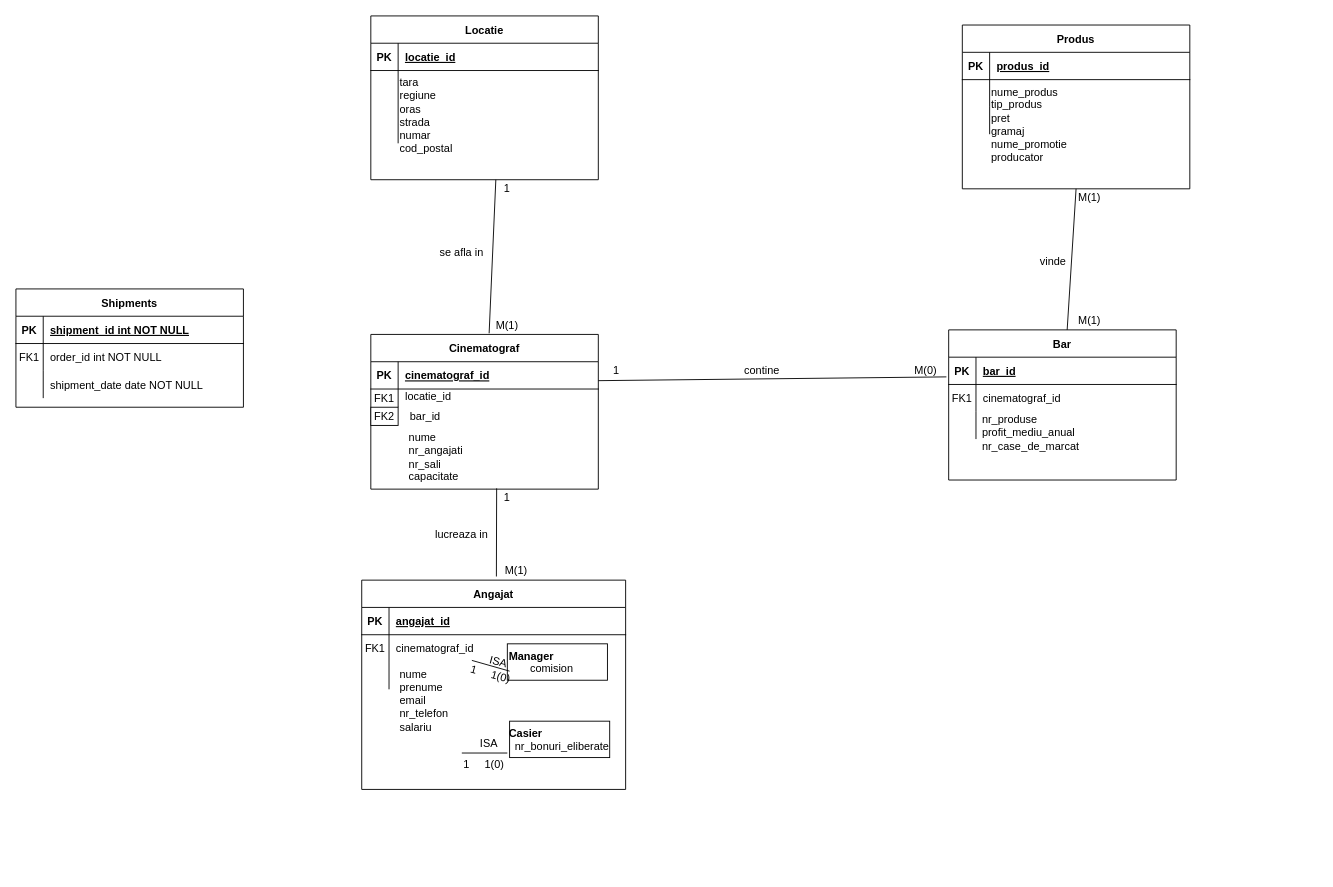
Earlier version of the draw.io diagram Databases/Project/BucharestCinemas.drawio (Swizop/uni-work). Source tidied: cells renumbered, new cells numbered last; positions are measured from the earlier drawing's top-left corner, leaving out a move shared by most shapes. Both pictures are drawn from the tidied source at 91%, with x=0, y=0 at pixel (15, 15).
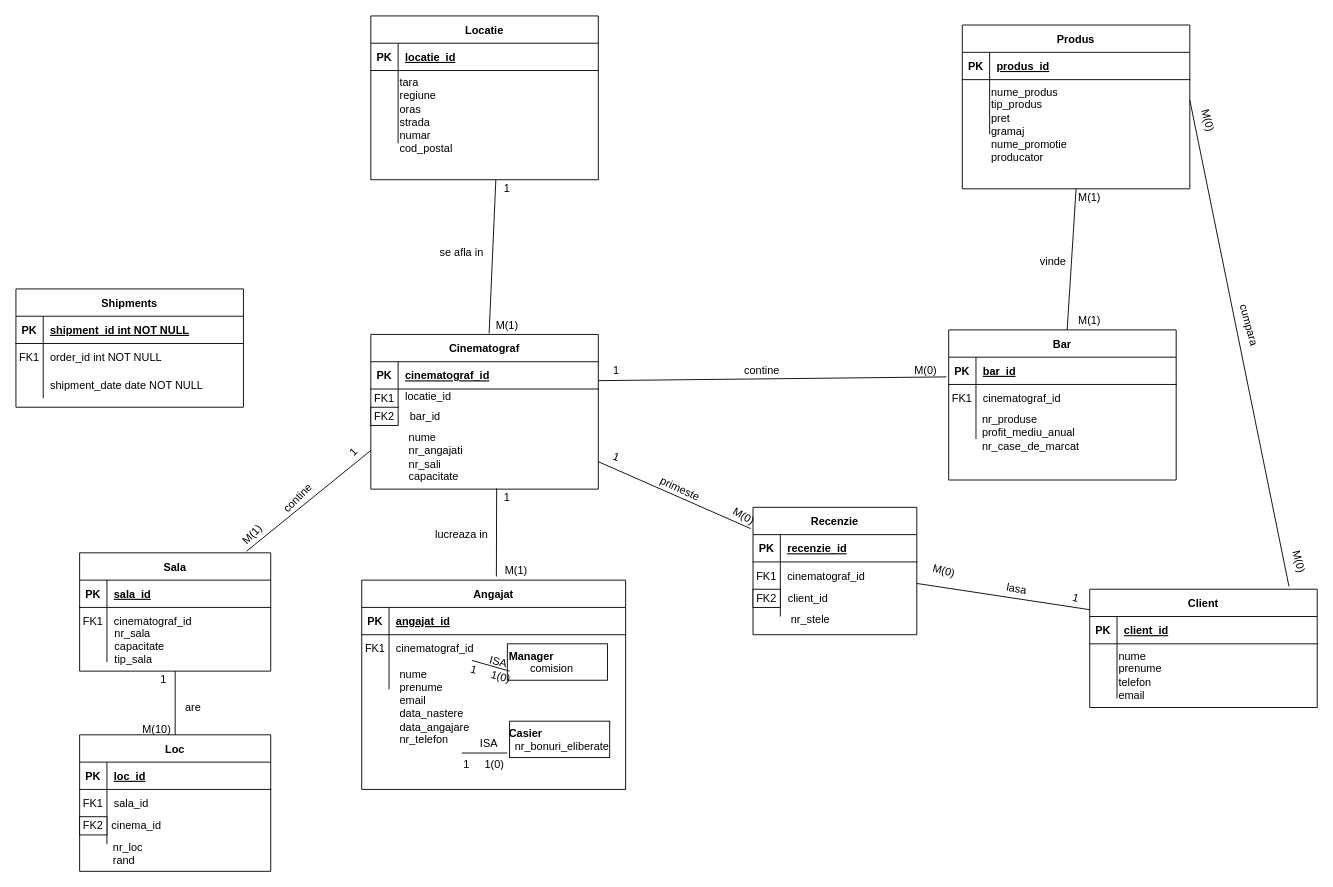
The same diagram, later.

The change refers to these unchanged cells:
```xml
<mxCell id="22" value="Cinematograf" style="shape=table;startSize=30;childLayout=tableLayout;rowLines=0;fontStyle=1;align=center;" parent="1" vertex="1">
  <mxGeometry x="390" y="350" width="250" height="170" as="geometry" />
</mxCell>
<mxCell id="63" value="nume_produs&lt;br&gt;tip_produs&lt;br&gt;pret&lt;br&gt;gramaj&lt;br&gt;nume_promotie&lt;br&gt;producator" style="text;html=1;strokeColor=none;fillColor=none;align=left;verticalAlign=top;whiteSpace=wrap;rounded=0;" parent="1" vertex="1">
  <mxGeometry x="1070" y="70" width="220" height="90" as="geometry" />
</mxCell>
```

Change to the diagram source:
```diff
@@
-    <mxCell id="78" value="nume&lt;br&gt;prenume&lt;br&gt;email&lt;br&gt;nr_telefon&lt;br&gt;salariu" style="text;html=1;strokeColor=none;fillColor=none;align=left;verticalAlign=top;whiteSpace=wrap;rounded=0;" parent="1" vertex="1">
-      <mxGeometry x="420" y="710" width="70" height="80" as="geometry" />
+    <mxCell id="78" value="nume&lt;br&gt;prenume&lt;br&gt;email&lt;br&gt;data_nastere&lt;br&gt;data_angajare&lt;br&gt;nr_telefon" style="text;html=1;strokeColor=none;fillColor=none;align=left;verticalAlign=top;whiteSpace=wrap;rounded=0;" parent="1" vertex="1">
+      <mxGeometry x="420" y="710" width="70" height="100" as="geometry" />
     </mxCell>
@@
+    <mxCell id="93" value="Client" style="shape=table;startSize=30;childLayout=tableLayout;rowLines=0;fontStyle=1;align=center;" parent="1" vertex="1">
+      <mxGeometry x="1180" y="630" width="250" height="130" as="geometry" />
+    </mxCell>
+    <mxCell id="94" style="shape=partialRectangle;fillColor=none;top=0;left=0;right=0;bottom=1;" parent="93" vertex="1">
+      <mxGeometry y="30" width="250" height="30" as="geometry" />
+    </mxCell>
+    <mxCell id="95" value="PK" style="shape=partialRectangle;overflow=hidden;fillColor=none;top=0;left=0;bottom=0;right=0;fontStyle=1;" parent="94" vertex="1">
+      <mxGeometry width="30" height="30" as="geometry" />
+    </mxCell>
+    <mxCell id="96" value="client_id" style="shape=partialRectangle;overflow=hidden;fillColor=none;top=0;left=0;bottom=0;right=0;align=left;spacingLeft=6;fontStyle=5;" parent="94" vertex="1">
+      <mxGeometry x="30" width="220" height="30" as="geometry" />
+    </mxCell>
+    <mxCell id="97" style="shape=partialRectangle;fillColor=none;top=0;left=0;right=0;bottom=0;" parent="93" vertex="1">
+      <mxGeometry y="60" width="250" height="30" as="geometry" />
+    </mxCell>
+    <mxCell id="98" style="shape=partialRectangle;overflow=hidden;fillColor=none;top=0;left=0;bottom=0;right=0;" parent="97" vertex="1">
+      <mxGeometry width="30" height="30" as="geometry" />
+    </mxCell>
+    <mxCell id="99" style="shape=partialRectangle;overflow=hidden;fillColor=none;top=0;left=0;bottom=0;right=0;align=left;spacingLeft=6;" parent="97" vertex="1">
+      <mxGeometry x="30" width="220" height="30" as="geometry" />
+    </mxCell>
+    <mxCell id="100" style="shape=partialRectangle;fillColor=none;top=0;left=0;right=0;bottom=0;" parent="93" vertex="1">
+      <mxGeometry y="90" width="250" height="30" as="geometry" />
+    </mxCell>
+    <mxCell id="101" style="shape=partialRectangle;overflow=hidden;fillColor=none;top=0;left=0;bottom=0;right=0;" parent="100" vertex="1">
+      <mxGeometry width="30" height="30" as="geometry" />
+    </mxCell>
+    <mxCell id="102" style="shape=partialRectangle;overflow=hidden;fillColor=none;top=0;left=0;bottom=0;right=0;align=left;spacingLeft=6;" parent="100" vertex="1">
+      <mxGeometry x="30" width="220" height="30" as="geometry" />
+    </mxCell>
+    <mxCell id="103" value="nume&lt;br&gt;prenume&lt;br&gt;telefon&lt;br&gt;email" style="text;html=1;strokeColor=none;fillColor=none;align=left;verticalAlign=top;whiteSpace=wrap;rounded=0;" parent="1" vertex="1">
+      <mxGeometry x="1210" y="690" width="220" height="70" as="geometry" />
+    </mxCell>
+    <mxCell id="104" style="endArrow=none;html=1;entryX=1;entryY=0.25;entryDx=0;entryDy=0;exitX=0.876;exitY=-0.023;exitDx=0;exitDy=0;exitPerimeter=0;" parent="1" edge="1" source="93" target="63">
+      <mxGeometry relative="1" as="geometry" />
+    </mxCell>
+    <mxCell id="105" value="cumpara" style="text;html=1;strokeColor=none;fillColor=none;align=center;verticalAlign=middle;whiteSpace=wrap;rounded=0;rotation=75;" parent="1" vertex="1">
+      <mxGeometry x="1320" y="330" width="70" height="20" as="geometry" />
+    </mxCell>
+    <mxCell id="106" value="M(0)" style="text;html=1;strokeColor=none;fillColor=none;align=center;verticalAlign=middle;whiteSpace=wrap;rounded=0;rotation=75;" parent="1" vertex="1">
+      <mxGeometry x="1290" y="105" width="40" height="20" as="geometry" />
+    </mxCell>
+    <mxCell id="107" value="M(0)" style="text;html=1;strokeColor=none;fillColor=none;align=center;verticalAlign=middle;whiteSpace=wrap;rounded=0;rotation=75;" parent="1" vertex="1">
+      <mxGeometry x="1390" y="590" width="40" height="20" as="geometry" />
+    </mxCell>
+    <mxCell id="108" value="Recenzie" style="shape=table;startSize=30;childLayout=tableLayout;rowLines=0;fontStyle=1;align=center;" parent="1" vertex="1">
+      <mxGeometry x="810" y="540" width="180" height="140" as="geometry" />
+    </mxCell>
+    <mxCell id="109" style="shape=partialRectangle;fillColor=none;top=0;left=0;right=0;bottom=1;" parent="108" vertex="1">
+      <mxGeometry y="30" width="180" height="30" as="geometry" />
+    </mxCell>
+    <mxCell id="110" value="PK" style="shape=partialRectangle;overflow=hidden;fillColor=none;top=0;left=0;bottom=0;right=0;fontStyle=1;" parent="109" vertex="1">
+      <mxGeometry width="30" height="30" as="geometry" />
+    </mxCell>
+    <mxCell id="111" value="recenzie_id" style="shape=partialRectangle;overflow=hidden;fillColor=none;top=0;left=0;bottom=0;right=0;align=left;spacingLeft=6;fontStyle=5;" parent="109" vertex="1">
+      <mxGeometry x="30" width="150" height="30" as="geometry" />
+    </mxCell>
+    <mxCell id="112" style="shape=partialRectangle;fillColor=none;top=0;left=0;right=0;bottom=0;" parent="108" vertex="1">
+      <mxGeometry y="60" width="180" height="30" as="geometry" />
+    </mxCell>
+    <mxCell id="113" value="FK1" style="shape=partialRectangle;overflow=hidden;fillColor=none;top=0;left=0;bottom=0;right=0;" parent="112" vertex="1">
+      <mxGeometry width="30" height="30" as="geometry" />
+    </mxCell>
+    <mxCell id="114" value="cinematograf_id" style="shape=partialRectangle;overflow=hidden;fillColor=none;top=0;left=0;bottom=0;right=0;align=left;spacingLeft=6;" parent="112" vertex="1">
+      <mxGeometry x="30" width="150" height="30" as="geometry" />
+    </mxCell>
+    <mxCell id="115" style="shape=partialRectangle;fillColor=none;top=0;left=0;right=0;bottom=0;" parent="108" vertex="1">
+      <mxGeometry y="90" width="180" height="30" as="geometry" />
+    </mxCell>
+    <mxCell id="116" style="shape=partialRectangle;overflow=hidden;fillColor=none;top=0;left=0;bottom=0;right=0;" parent="115" vertex="1">
+      <mxGeometry width="30" height="30" as="geometry" />
+    </mxCell>
+    <mxCell id="117" style="shape=partialRectangle;overflow=hidden;fillColor=none;top=0;left=0;bottom=0;right=0;align=left;spacingLeft=6;" parent="115" vertex="1">
+      <mxGeometry x="30" width="150" height="30" as="geometry" />
+    </mxCell>
+    <mxCell id="118" value="FK2" style="rounded=0;whiteSpace=wrap;html=1;" parent="1" vertex="1">
+      <mxGeometry x="810" y="630" width="30" height="20" as="geometry" />
+    </mxCell>
+    <mxCell id="119" value="&amp;nbsp; client_id" style="text;html=1;strokeColor=none;fillColor=none;align=left;verticalAlign=middle;whiteSpace=wrap;rounded=0;" parent="1" vertex="1">
+      <mxGeometry x="840" y="630" width="120" height="20" as="geometry" />
+    </mxCell>
+    <mxCell id="120" value="&amp;nbsp; &amp;nbsp;nr_stele" style="text;html=1;strokeColor=none;fillColor=none;align=left;verticalAlign=top;whiteSpace=wrap;rounded=0;" parent="1" vertex="1">
+      <mxGeometry x="840" y="650" width="150" height="40" as="geometry" />
+    </mxCell>
+    <mxCell id="121" style="endArrow=none;html=1;entryX=0;entryY=0.173;entryDx=0;entryDy=0;entryPerimeter=0;" parent="1" edge="1" source="108" target="93">
+      <mxGeometry relative="1" as="geometry" />
+    </mxCell>
+    <mxCell id="122" value="lasa" style="text;html=1;strokeColor=none;fillColor=none;align=center;verticalAlign=middle;whiteSpace=wrap;rounded=0;rotation=10;" parent="1" vertex="1">
+      <mxGeometry x="1080" y="620" width="40" height="20" as="geometry" />
+    </mxCell>
+    <mxCell id="123" value="M(0)" style="text;html=1;strokeColor=none;fillColor=none;align=center;verticalAlign=middle;whiteSpace=wrap;rounded=0;rotation=15;" parent="1" vertex="1">
+      <mxGeometry x="1000" y="600" width="40" height="20" as="geometry" />
+    </mxCell>
+    <mxCell id="124" value="1" style="text;html=1;strokeColor=none;fillColor=none;align=center;verticalAlign=middle;whiteSpace=wrap;rounded=0;rotation=15;" parent="1" vertex="1">
+      <mxGeometry x="1155" y="630" width="20" height="20" as="geometry" />
+    </mxCell>
+    <mxCell id="125" style="endArrow=none;html=1;exitX=-0.014;exitY=0.167;exitDx=0;exitDy=0;exitPerimeter=0;" parent="1" edge="1" source="108" target="22">
+      <mxGeometry relative="1" as="geometry" />
+    </mxCell>
+    <mxCell id="126" value="primeste" style="text;html=1;strokeColor=none;fillColor=none;align=center;verticalAlign=middle;whiteSpace=wrap;rounded=0;rotation=25;" parent="1" vertex="1">
+      <mxGeometry x="710" y="510" width="40" height="20" as="geometry" />
+    </mxCell>
+    <mxCell id="127" value="M(0)" style="text;html=1;strokeColor=none;fillColor=none;align=center;verticalAlign=middle;whiteSpace=wrap;rounded=0;rotation=30;" parent="1" vertex="1">
+      <mxGeometry x="780" y="540" width="40" height="20" as="geometry" />
+    </mxCell>
+    <mxCell id="128" value="1" style="text;html=1;strokeColor=none;fillColor=none;align=center;verticalAlign=middle;whiteSpace=wrap;rounded=0;rotation=20;" parent="1" vertex="1">
+      <mxGeometry x="640" y="475" width="40" height="20" as="geometry" />
+    </mxCell>
+    <mxCell id="129" value="Sala" style="shape=table;startSize=30;childLayout=tableLayout;rowLines=0;fontStyle=1;align=center;" parent="1" vertex="1">
+      <mxGeometry x="70" y="590" width="210" height="130" as="geometry" />
+    </mxCell>
+    <mxCell id="130" style="shape=partialRectangle;fillColor=none;top=0;left=0;right=0;bottom=1;" parent="129" vertex="1">
+      <mxGeometry y="30" width="210" height="30" as="geometry" />
+    </mxCell>
+    <mxCell id="131" value="PK" style="shape=partialRectangle;overflow=hidden;fillColor=none;top=0;left=0;bottom=0;right=0;fontStyle=1;" parent="130" vertex="1">
+      <mxGeometry width="30" height="30" as="geometry" />
+    </mxCell>
+    <mxCell id="132" value="sala_id" style="shape=partialRectangle;overflow=hidden;fillColor=none;top=0;left=0;bottom=0;right=0;align=left;spacingLeft=6;fontStyle=5;" parent="130" vertex="1">
+      <mxGeometry x="30" width="180" height="30" as="geometry" />
+    </mxCell>
+    <mxCell id="133" style="shape=partialRectangle;fillColor=none;top=0;left=0;right=0;bottom=0;" parent="129" vertex="1">
+      <mxGeometry y="60" width="210" height="30" as="geometry" />
+    </mxCell>
+    <mxCell id="134" value="FK1" style="shape=partialRectangle;overflow=hidden;fillColor=none;top=0;left=0;bottom=0;right=0;" parent="133" vertex="1">
+      <mxGeometry width="30" height="30" as="geometry" />
+    </mxCell>
+    <mxCell id="135" value="cinematograf_id" style="shape=partialRectangle;overflow=hidden;fillColor=none;top=0;left=0;bottom=0;right=0;align=left;spacingLeft=6;" parent="133" vertex="1">
+      <mxGeometry x="30" width="180" height="30" as="geometry" />
+    </mxCell>
+    <mxCell id="136" style="shape=partialRectangle;fillColor=none;top=0;left=0;right=0;bottom=0;" parent="129" vertex="1">
+      <mxGeometry y="90" width="210" height="30" as="geometry" />
+    </mxCell>
+    <mxCell id="137" style="shape=partialRectangle;overflow=hidden;fillColor=none;top=0;left=0;bottom=0;right=0;" parent="136" vertex="1">
+      <mxGeometry width="30" height="30" as="geometry" />
+    </mxCell>
+    <mxCell id="138" style="shape=partialRectangle;overflow=hidden;fillColor=none;top=0;left=0;bottom=0;right=0;align=left;spacingLeft=6;" parent="136" vertex="1">
+      <mxGeometry x="30" width="180" height="30" as="geometry" />
+    </mxCell>
+    <mxCell id="139" value="&amp;nbsp; nr_sala&lt;br&gt;&amp;nbsp; capacitate&lt;br&gt;&amp;nbsp; tip_sala" style="text;html=1;strokeColor=none;fillColor=none;align=left;verticalAlign=top;whiteSpace=wrap;rounded=0;" parent="1" vertex="1">
+      <mxGeometry x="100" y="665" width="180" height="55" as="geometry" />
+    </mxCell>
+    <mxCell id="140" style="endArrow=none;html=1;entryX=0;entryY=0.75;entryDx=0;entryDy=0;exitX=0.873;exitY=-0.013;exitDx=0;exitDy=0;exitPerimeter=0;" parent="1" edge="1" source="129" target="22">
+      <mxGeometry relative="1" as="geometry" />
+    </mxCell>
+    <mxCell id="141" value="contine" style="text;html=1;strokeColor=none;fillColor=none;align=center;verticalAlign=middle;whiteSpace=wrap;rounded=0;rotation=-45;" parent="1" vertex="1">
+      <mxGeometry x="290" y="520" width="40" height="20" as="geometry" />
+    </mxCell>
+    <mxCell id="142" value="M(1)" style="text;html=1;strokeColor=none;fillColor=none;align=center;verticalAlign=middle;whiteSpace=wrap;rounded=0;rotation=-45;" parent="1" vertex="1">
+      <mxGeometry x="240" y="560" width="40" height="20" as="geometry" />
+    </mxCell>
+    <mxCell id="143" value="1" style="text;html=1;strokeColor=none;fillColor=none;align=center;verticalAlign=middle;whiteSpace=wrap;rounded=0;rotation=-45;" parent="1" vertex="1">
+      <mxGeometry x="361.5" y="470" width="18.5" height="20" as="geometry" />
+    </mxCell>
+    <mxCell id="144" style="endArrow=none;html=1;entryX=0.5;entryY=0;entryDx=0;entryDy=0;" parent="1" edge="1" source="129" target="145">
+      <mxGeometry relative="1" as="geometry" />
+    </mxCell>
+    <mxCell id="145" value="Loc" style="shape=table;startSize=30;childLayout=tableLayout;rowLines=0;fontStyle=1;align=center;" parent="1" vertex="1">
+      <mxGeometry x="70" y="790" width="210" height="150" as="geometry" />
+    </mxCell>
+    <mxCell id="146" style="shape=partialRectangle;fillColor=none;top=0;left=0;right=0;bottom=1;" parent="145" vertex="1">
+      <mxGeometry y="30" width="210" height="30" as="geometry" />
+    </mxCell>
+    <mxCell id="147" value="PK" style="shape=partialRectangle;overflow=hidden;fillColor=none;top=0;left=0;bottom=0;right=0;fontStyle=1;" parent="146" vertex="1">
+      <mxGeometry width="30" height="30" as="geometry" />
+    </mxCell>
+    <mxCell id="148" value="loc_id" style="shape=partialRectangle;overflow=hidden;fillColor=none;top=0;left=0;bottom=0;right=0;align=left;spacingLeft=6;fontStyle=5;" parent="146" vertex="1">
+      <mxGeometry x="30" width="180" height="30" as="geometry" />
+    </mxCell>
+    <mxCell id="149" style="shape=partialRectangle;fillColor=none;top=0;left=0;right=0;bottom=0;" parent="145" vertex="1">
+      <mxGeometry y="60" width="210" height="30" as="geometry" />
+    </mxCell>
+    <mxCell id="150" value="FK1" style="shape=partialRectangle;overflow=hidden;fillColor=none;top=0;left=0;bottom=0;right=0;" parent="149" vertex="1">
+      <mxGeometry width="30" height="30" as="geometry" />
+    </mxCell>
+    <mxCell id="151" value="sala_id" style="shape=partialRectangle;overflow=hidden;fillColor=none;top=0;left=0;bottom=0;right=0;align=left;spacingLeft=6;" parent="149" vertex="1">
+      <mxGeometry x="30" width="180" height="30" as="geometry" />
+    </mxCell>
+    <mxCell id="152" style="shape=partialRectangle;fillColor=none;top=0;left=0;right=0;bottom=0;" parent="145" vertex="1">
+      <mxGeometry y="90" width="210" height="30" as="geometry" />
+    </mxCell>
+    <mxCell id="153" style="shape=partialRectangle;overflow=hidden;fillColor=none;top=0;left=0;bottom=0;right=0;" parent="152" vertex="1">
+      <mxGeometry width="30" height="30" as="geometry" />
+    </mxCell>
+    <mxCell id="154" style="shape=partialRectangle;overflow=hidden;fillColor=none;top=0;left=0;bottom=0;right=0;align=left;spacingLeft=6;" parent="152" vertex="1">
+      <mxGeometry x="30" width="180" height="30" as="geometry" />
+    </mxCell>
+    <mxCell id="155" value="FK2" style="rounded=0;whiteSpace=wrap;html=1;" parent="1" vertex="1">
+      <mxGeometry x="70" y="880" width="30" height="20" as="geometry" />
+    </mxCell>
+    <mxCell id="156" value="&amp;nbsp;cinema_id" style="text;html=1;strokeColor=none;fillColor=none;align=left;verticalAlign=middle;whiteSpace=wrap;rounded=0;" parent="1" vertex="1">
+      <mxGeometry x="100" y="880" width="180" height="20" as="geometry" />
+    </mxCell>
+    <mxCell id="157" value="nr_loc&lt;br&gt;rand" style="text;html=1;strokeColor=none;fillColor=none;align=left;verticalAlign=top;whiteSpace=wrap;rounded=0;" parent="1" vertex="1">
+      <mxGeometry x="105" y="900" width="175" height="40" as="geometry" />
+    </mxCell>
+    <mxCell id="158" value="are" style="text;html=1;strokeColor=none;fillColor=none;align=center;verticalAlign=middle;whiteSpace=wrap;rounded=0;" parent="1" vertex="1">
+      <mxGeometry x="175" y="750" width="40" height="20" as="geometry" />
+    </mxCell>
+    <mxCell id="159" value="M(10)" style="text;html=1;strokeColor=none;fillColor=none;align=center;verticalAlign=middle;whiteSpace=wrap;rounded=0;" parent="1" vertex="1">
+      <mxGeometry x="135" y="780" width="40" height="10" as="geometry" />
+    </mxCell>
+    <mxCell id="160" value="1" style="text;html=1;strokeColor=none;fillColor=none;align=center;verticalAlign=middle;whiteSpace=wrap;rounded=0;" parent="1" vertex="1">
+      <mxGeometry x="150" y="720" width="25" height="20" as="geometry" />
+    </mxCell>
```
